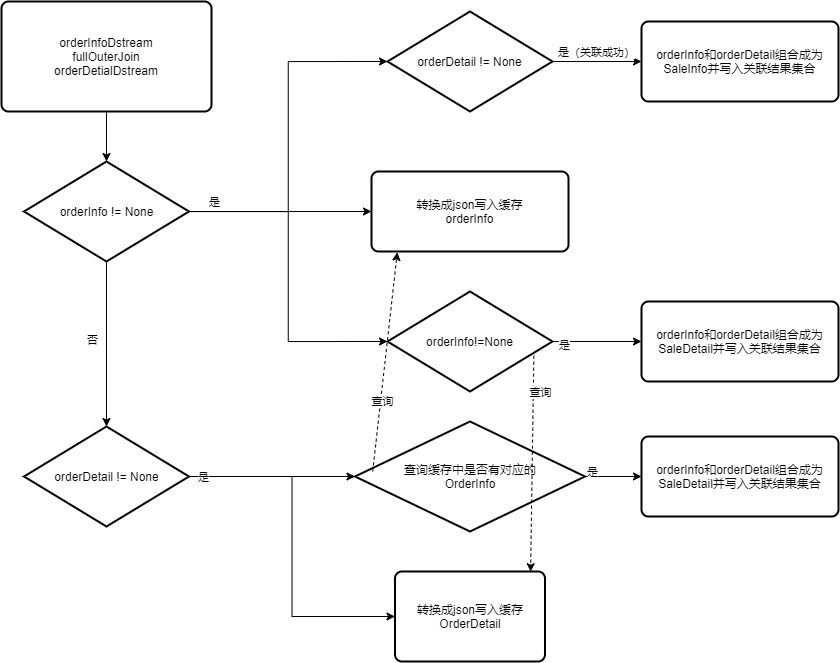
dyzcs/mall-2020 keeps this draw.io diagram as 双流join流程图.png. Above is the earlier version. Source tidied: cells renumbered, new cells last; positions are measured from the earlier drawing's top-left corner, leaving out a move shared by most shapes.
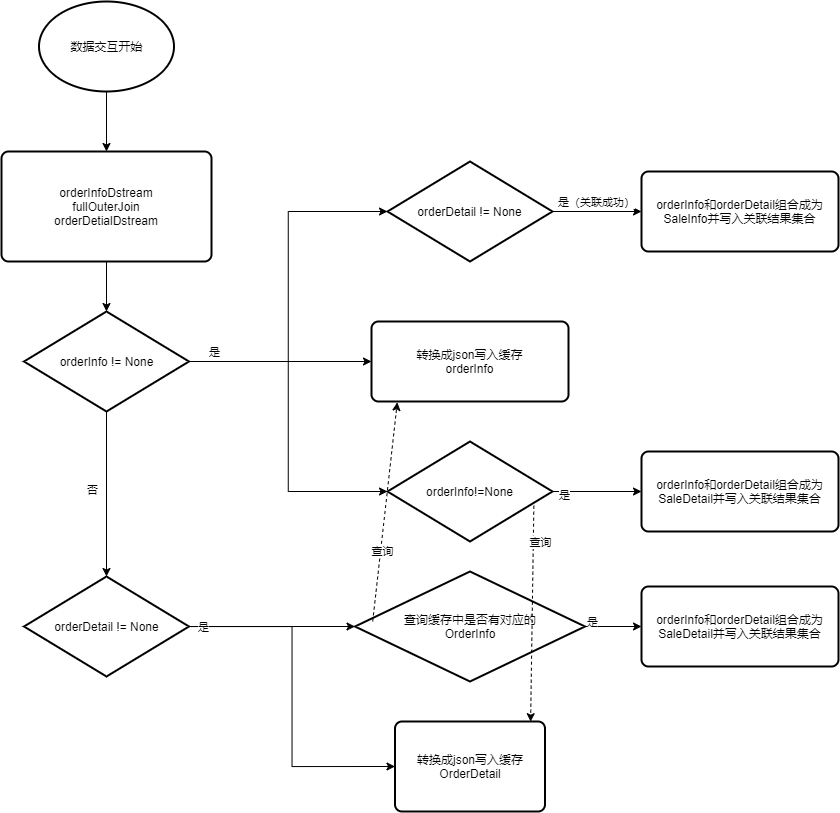
Later version of the same file.

Commit message:
更新双流join流程图.png

The edit, as a diff of the source:
```diff
@@ -105,5 +105,11 @@
         <mxPoint x="7" y="-43" as="offset" />
       </mxGeometry>
     </mxCell>
+    <mxCell id="33" style="edgeStyle=orthogonalEdgeStyle;rounded=0;jettySize=auto;html=1;entryX=0.5;entryY=0;entryDx=0;entryDy=0;" parent="1" edge="1" source="34" target="3">
+      <mxGeometry relative="1" as="geometry" />
+    </mxCell>
+    <mxCell id="34" value="数据交互开始" style="strokeWidth=2;html=1;shape=mxgraph.flowchart.start_1;whiteSpace=wrap;" parent="1" vertex="1">
+      <mxGeometry x="37.5" y="-150" width="135" height="90" as="geometry" />
+    </mxCell>
   </root>
 </mxGraphModel>
```
